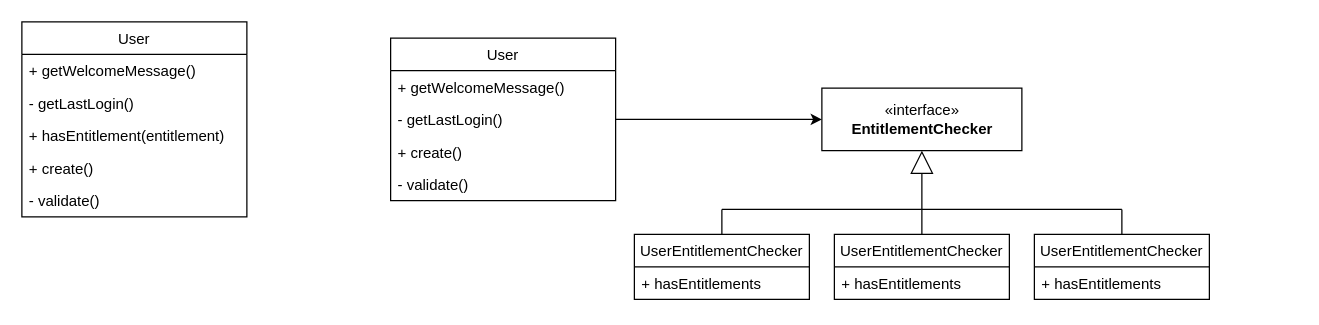
Earlier version of the draw.io diagram media/SOLID-single-responsibility-principle/SRP - User.drawio (JustinDFuller/medium-stories). Source tidied: cells renumbered, new cells numbered last; positions are measured from the earlier drawing's top-left corner, leaving out a move shared by most shapes. Both pictures are drawn from the tidied source at 125%, with x=0, y=0 at pixel (21, 21).
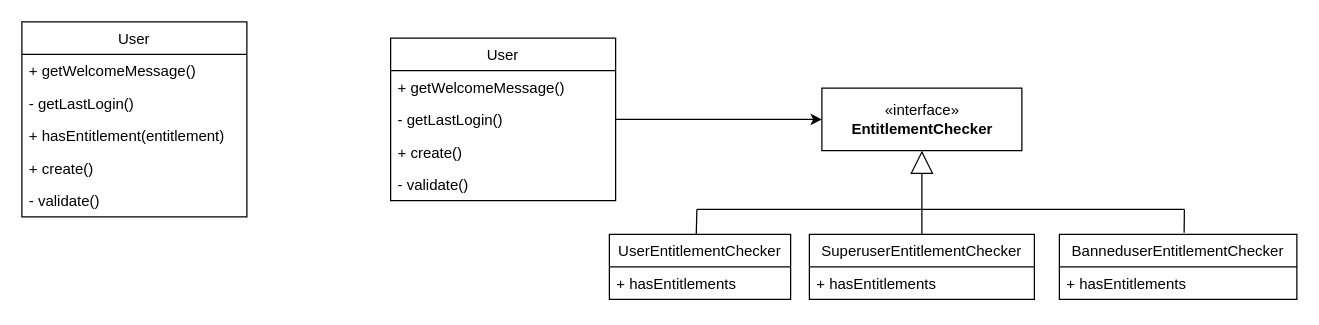
Above is the later version.

What changed in the source:
```diff
@@
     <mxCell id="15" value="UserEntitlementChecker" style="swimlane;fontStyle=0;horizontal=1;startSize=26;fillColor=none;" parent="1" vertex="1">
-      <mxGeometry x="490" y="170" width="140" height="52" as="geometry" />
+      <mxGeometry x="470" y="170" width="145" height="52" as="geometry" />
     </mxCell>
     <mxCell id="16" value="+ hasEntitlements" style="text;strokeColor=none;fillColor=none;align=left;verticalAlign=top;spacingLeft=4;spacingRight=4;overflow=hidden;" parent="15" vertex="1">
-      <mxGeometry y="26" width="140" height="26" as="geometry" />
+      <mxGeometry y="26" width="145" height="26" as="geometry" />
     </mxCell>
-    <mxCell id="17" value="UserEntitlementChecker" style="swimlane;fontStyle=0;horizontal=1;startSize=26;fillColor=none;" parent="1" vertex="1">
-      <mxGeometry x="810" y="170" width="140" height="52" as="geometry" />
+    <mxCell id="17" value="BanneduserEntitlementChecker" style="swimlane;fontStyle=0;horizontal=1;startSize=26;fillColor=none;" parent="1" vertex="1">
+      <mxGeometry x="830" y="170" width="190" height="52" as="geometry" />
     </mxCell>
     <mxCell id="18" value="+ hasEntitlements" style="text;strokeColor=none;fillColor=none;align=left;verticalAlign=top;spacingLeft=4;spacingRight=4;overflow=hidden;" parent="17" vertex="1">
-      <mxGeometry y="26" width="140" height="26" as="geometry" />
+      <mxGeometry y="26" width="190" height="26" as="geometry" />
     </mxCell>
-    <mxCell id="19" value="UserEntitlementChecker" style="swimlane;fontStyle=0;horizontal=1;startSize=26;fillColor=none;" parent="1" vertex="1">
-      <mxGeometry x="650" y="170" width="140" height="52" as="geometry" />
+    <mxCell id="19" value="SuperuserEntitlementChecker" style="swimlane;fontStyle=0;horizontal=1;startSize=26;fillColor=none;" parent="1" vertex="1">
+      <mxGeometry x="630" y="170" width="180" height="52" as="geometry" />
     </mxCell>
     <mxCell id="20" value="+ hasEntitlements" style="text;strokeColor=none;fillColor=none;align=left;verticalAlign=top;spacingLeft=4;spacingRight=4;overflow=hidden;" parent="19" vertex="1">
-      <mxGeometry y="26" width="140" height="26" as="geometry" />
+      <mxGeometry y="26" width="180" height="26" as="geometry" />
     </mxCell>
@@
     <mxCell id="22" style="endArrow=none;html=1;" parent="1" edge="1">
       <mxGeometry relative="1" as="geometry">
-        <mxPoint x="560" y="150" as="sourcePoint" />
+        <mxPoint x="540" y="150" as="sourcePoint" />
         <mxPoint x="720" y="150" as="targetPoint" />
       </mxGeometry>
     </mxCell>
     <mxCell id="23" style="endArrow=none;html=1;" parent="1" edge="1">
       <mxGeometry relative="1" as="geometry">
         <mxPoint x="720" y="150" as="sourcePoint" />
-        <mxPoint x="880" y="150" as="targetPoint" />
+        <mxPoint x="930" y="150" as="targetPoint" />
       </mxGeometry>
     </mxCell>
-    <mxCell id="24" style="endArrow=none;html=1;exitX=0.5;exitY=0;exitDx=0;exitDy=0;" parent="1" edge="1" source="15">
+    <mxCell id="24" style="endArrow=none;html=1;exitX=0.5;exitY=0;exitDx=0;exitDy=0;" parent="1" edge="1">
       <mxGeometry relative="1" as="geometry">
-        <mxPoint x="560" y="150" as="targetPoint" />
+        <mxPoint x="539.5" y="170" as="sourcePoint" />
+        <mxPoint x="540" y="150" as="targetPoint" />
       </mxGeometry>
     </mxCell>
-    <mxCell id="25" style="endArrow=none;html=1;exitX=0.5;exitY=0;exitDx=0;exitDy=0;" parent="1" edge="1" source="17">
+    <mxCell id="25" style="endArrow=none;html=1;exitX=0.52;exitY=-0.025;exitDx=0;exitDy=0;exitPerimeter=0;" parent="1" edge="1">
       <mxGeometry relative="1" as="geometry">
-        <mxPoint x="880" y="150" as="targetPoint" />
+        <mxPoint x="929.8" y="168.7" as="sourcePoint" />
+        <mxPoint x="930" y="150" as="targetPoint" />
       </mxGeometry>
     </mxCell>
```
